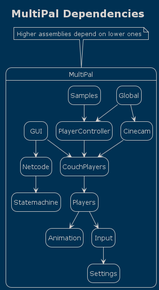
Earlier version of the PlantUML export PlantUML Diagrams/MultiPal Assemblies-MultiPal_Dependencies.png (CodeSmile-0000011110110111/WriteBetterNetcode).
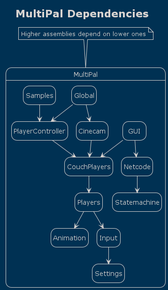
The same diagram one commit later.

Diff of the diagram source:
```diff
@@ -11,8 +11,6 @@
 
 note top of MultiPal : Higher assemblies depend on lower ones
 
-MultiPal.GUI --> MultiPal.Netcode
-MultiPal.GUI --> MultiPal.CouchPlayers
 
 MultiPal.Samples --> MultiPal.PlayerController
 MultiPal.Global --> MultiPal.PlayerController
@@ -20,6 +18,9 @@
 
 MultiPal.Cinecam --> MultiPal.CouchPlayers
 MultiPal.PlayerController --> MultiPal.CouchPlayers
+
+MultiPal.GUI --> MultiPal.Netcode
+MultiPal.GUI --> MultiPal.CouchPlayers
 
 MultiPal.CouchPlayers --> MultiPal.Players
 
@@ -29,6 +30,4 @@
 MultiPal.Input --> MultiPal.Settings
 MultiPal.Netcode --> MultiPal.Statemachine
 
-
-
 @enduml
```
